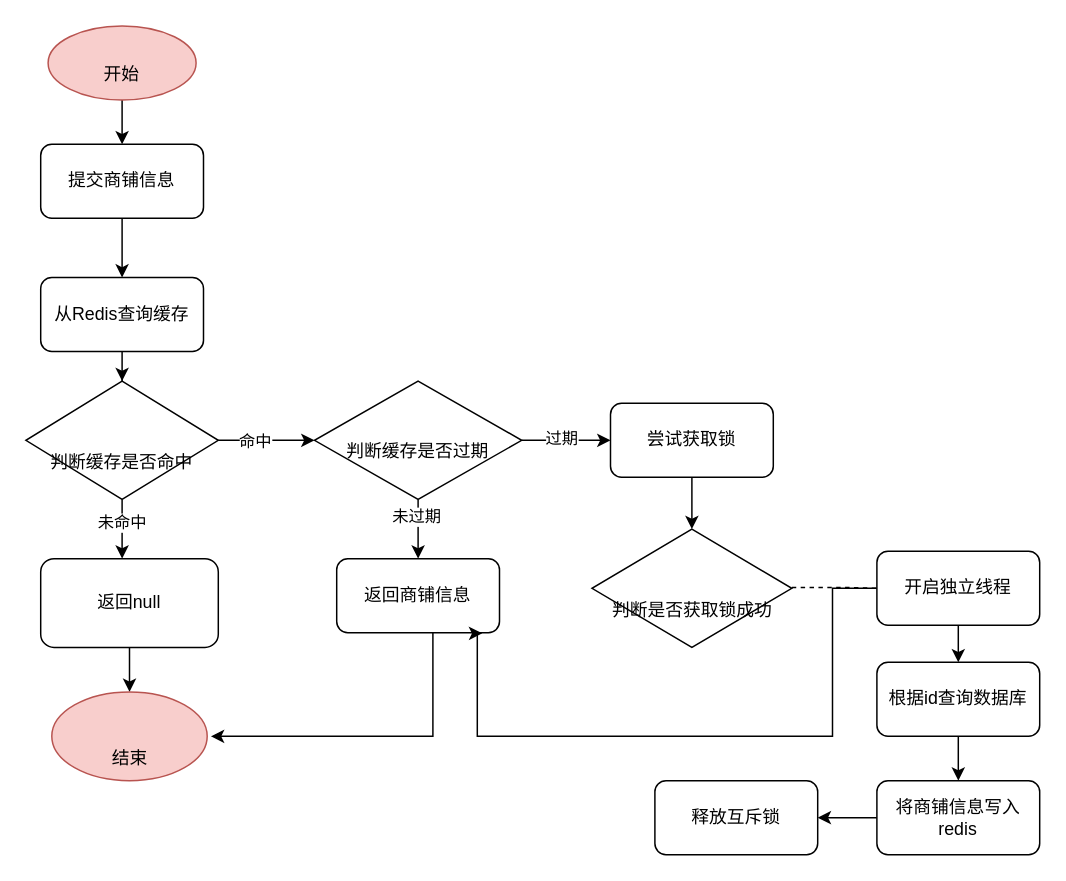
The draw.io diagram 基于逻辑过期解决缓存击穿问题.drawio in whatishappy/Study_JAVACODE, before the edit. Source tidied: cells renumbered, new cells numbered last; positions are measured from the earlier drawing's top-left corner, leaving out a move shared by most shapes. Both pictures are drawn from the tidied source at 148%, with x=0, y=0 at pixel (25, 25).
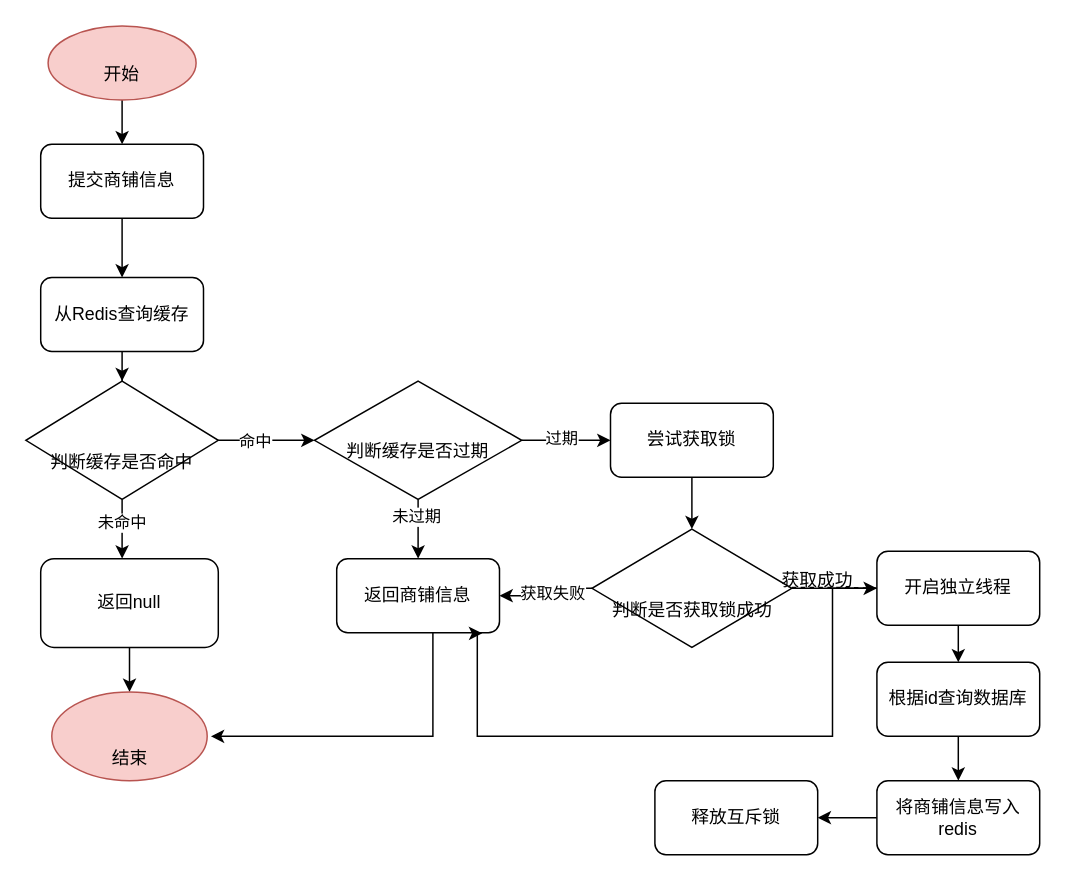
After the change.

Commit message:
更新基于逻辑过期解决缓存击穿问题.drawio

Unchanged cells that the change refers to:
```xml
<mxCell id="22" value="返回商铺信息" style="rounded=1;whiteSpace=wrap;html=1;" parent="1" vertex="1">
  <mxGeometry x="210" y="360" width="110" height="50" as="geometry" />
</mxCell>
<mxCell id="25" value="&lt;div&gt;&lt;br&gt;&lt;/div&gt;&lt;div&gt;&lt;br&gt;&lt;/div&gt;&lt;div&gt;判断是否获取锁成功&lt;/div&gt;" style="rhombus;whiteSpace=wrap;html=1;shapeInside=1;" parent="1" vertex="1">
  <mxGeometry x="382.5" y="340" width="135" height="80" as="geometry" />
</mxCell>
<mxCell id="29" value="开启独立线程" style="rounded=1;whiteSpace=wrap;html=1;" parent="1" vertex="1">
  <mxGeometry x="575" y="355" width="110" height="50" as="geometry" />
</mxCell>
```

Diff of the diagram source:
```diff
@@
+    <mxCell id="35" style="edgeStyle=orthogonalEdgeStyle;rounded=0;jettySize=auto;html=1;entryX=1;entryY=0.5;entryDx=0;entryDy=0;" parent="1" edge="1" source="25" target="22">
+      <mxGeometry relative="1" as="geometry" />
+    </mxCell>
+    <mxCell id="36" value="获取失败" style="edgeLabel;html=1;align=center;verticalAlign=middle;" parent="35" vertex="1">
+      <mxGeometry x="-0.2" y="3" relative="1" as="geometry" />
+    </mxCell>
+    <mxCell id="37" style="edgeStyle=orthogonalEdgeStyle;rounded=0;jettySize=auto;html=1;" parent="1" edge="1" source="25" target="29">
+      <mxGeometry relative="1" as="geometry" />
+    </mxCell>
@@
+    <mxCell id="38" value="获取成功" style="text;html=1;whiteSpace=wrap;strokeColor=none;fillColor=none;align=center;verticalAlign=middle;rounded=0;" parent="1" vertex="1">
+      <mxGeometry x="505" y="360" width="60" height="30" as="geometry" />
+    </mxCell>
```
